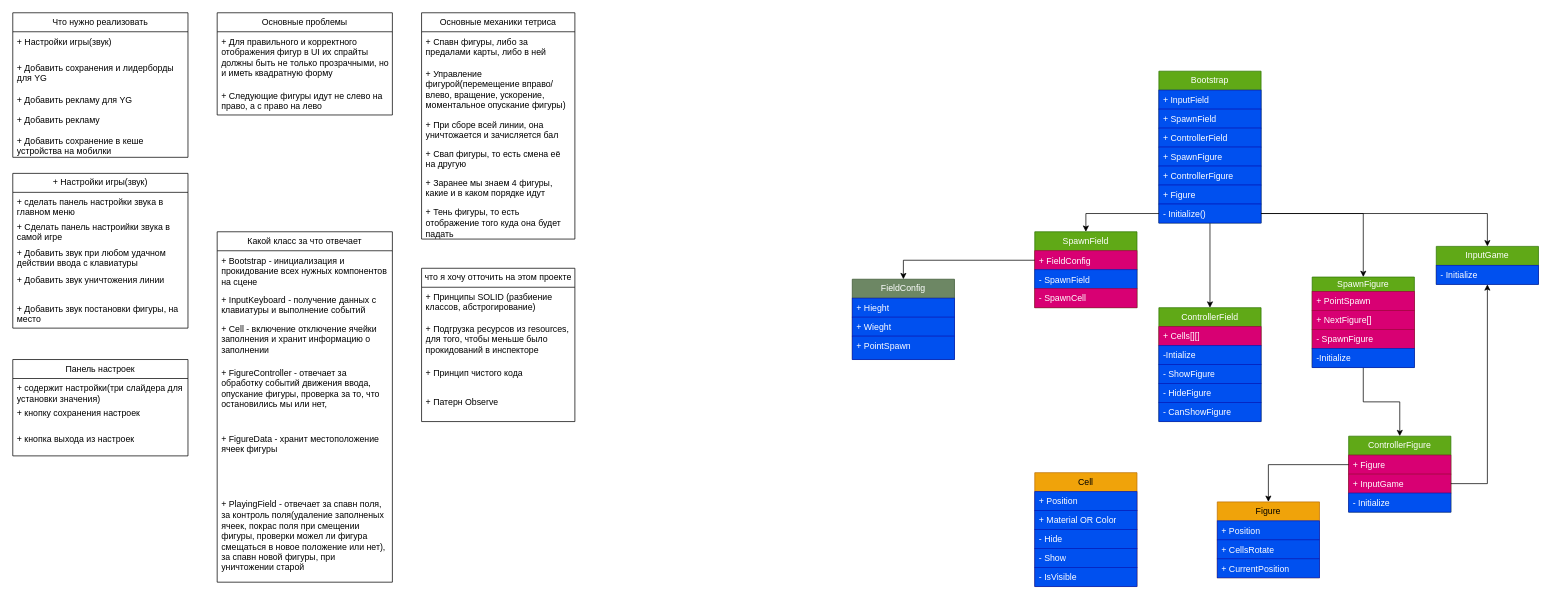
Before: TetrisGame.drawio in Bablakov/Tetris, a draw.io diagram. Source tidied: cells renumbered, new cells numbered last; positions are measured from the earlier drawing's top-left corner, leaving out a move shared by most shapes. Both pictures are drawn from the tidied source at 73%, with x=0, y=0 at pixel (12, 12).
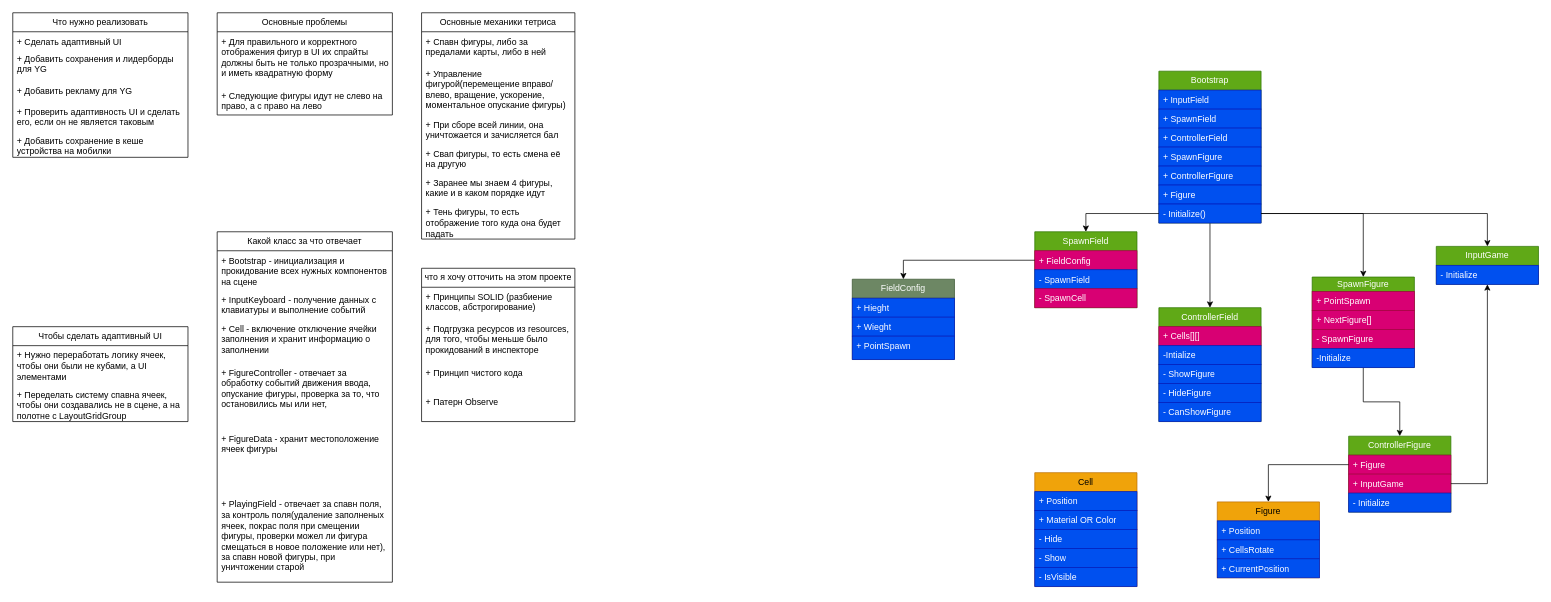
The same page after the edit.

Unchanged cells that the change refers to:
```xml
<mxCell id="2" value="Что нужно реализовать" style="swimlane;fontStyle=0;horizontal=1;startSize=26;fillColor=none;whiteSpace=wrap;html=1;" parent="1" vertex="1">
  <mxGeometry width="240" height="198" as="geometry" />
</mxCell>
```

The edit, as a diff of the source:
```diff
@@
-    <mxCell id="3" value="+ Настройки игры(звук)" style="text;strokeColor=none;fillColor=none;align=left;verticalAlign=top;spacingLeft=4;spacingRight=4;overflow=hidden;whiteSpace=wrap;html=1;" parent="2" vertex="1">
-      <mxGeometry y="26" width="240" height="36" as="geometry" />
-    </mxCell>
-    <mxCell id="4" value="+ Добавить сохранения и лидерборды для YG" style="text;strokeColor=none;fillColor=none;align=left;verticalAlign=top;spacingLeft=4;spacingRight=4;overflow=hidden;whiteSpace=wrap;html=1;" parent="2" vertex="1">
-      <mxGeometry y="62" width="240" height="44" as="geometry" />
+    <mxCell id="4" value="+ Сделать адаптивный UI" style="text;strokeColor=none;fillColor=none;align=left;verticalAlign=top;spacingLeft=4;spacingRight=4;overflow=hidden;whiteSpace=wrap;html=1;" parent="2" vertex="1">
+      <mxGeometry y="26" width="240" height="24" as="geometry" />
     </mxCell>
+    <mxCell id="91" value="+ Добавить сохранения и лидерборды для YG" style="text;strokeColor=none;fillColor=none;align=left;verticalAlign=top;spacingLeft=4;spacingRight=4;overflow=hidden;whiteSpace=wrap;html=1;" parent="2" vertex="1">
+      <mxGeometry y="50" width="240" height="44" as="geometry" />
+    </mxCell>
     <mxCell id="5" value="+ Добавить рекламу для YG" style="text;strokeColor=none;fillColor=none;align=left;verticalAlign=top;spacingLeft=4;spacingRight=4;overflow=hidden;whiteSpace=wrap;html=1;" parent="2" vertex="1">
-      <mxGeometry y="106" width="240" height="28" as="geometry" />
+      <mxGeometry y="94" width="240" height="28" as="geometry" />
     </mxCell>
-    <mxCell id="6" value="+ Добавить рекламу" style="text;strokeColor=none;fillColor=none;align=left;verticalAlign=top;spacingLeft=4;spacingRight=4;overflow=hidden;whiteSpace=wrap;html=1;" parent="2" vertex="1">
-      <mxGeometry y="134" width="240" height="28" as="geometry" />
+    <mxCell id="6" value="+ Проверить адаптивность UI и сделать его, если он не является таковым" style="text;strokeColor=none;fillColor=none;align=left;verticalAlign=top;spacingLeft=4;spacingRight=4;overflow=hidden;whiteSpace=wrap;html=1;" parent="2" vertex="1">
+      <mxGeometry y="122" width="240" height="40" as="geometry" />
     </mxCell>
@@
-    <mxCell id="81" value="&lt;span style=&quot;text-align: left;&quot;&gt;+ Настройки игры(звук)&lt;/span&gt;" style="swimlane;fontStyle=0;horizontal=1;startSize=26;fillColor=none;whiteSpace=wrap;html=1;" parent="1" vertex="1">
-      <mxGeometry y="220" width="240" height="212" as="geometry" />
+    <mxCell id="81" value="&lt;div style=&quot;text-align: left;&quot;&gt;&lt;span style=&quot;background-color: initial;&quot;&gt;Чтобы сделать адаптивный UI&lt;/span&gt;&lt;/div&gt;" style="swimlane;fontStyle=0;horizontal=1;startSize=26;fillColor=none;whiteSpace=wrap;html=1;" parent="1" vertex="1">
+      <mxGeometry y="430" width="240" height="130" as="geometry" />
     </mxCell>
-    <mxCell id="82" value="+ сделать панель настройки звука в главном меню" style="text;strokeColor=none;fillColor=none;align=left;verticalAlign=top;spacingLeft=4;spacingRight=4;overflow=hidden;whiteSpace=wrap;html=1;" parent="81" vertex="1">
-      <mxGeometry y="26" width="240" height="34" as="geometry" />
+    <mxCell id="82" value="+ Нужно переработать логику ячеек, чтобы они были не кубами, а UI элементами" style="text;strokeColor=none;fillColor=none;align=left;verticalAlign=top;spacingLeft=4;spacingRight=4;overflow=hidden;whiteSpace=wrap;html=1;" parent="81" vertex="1">
+      <mxGeometry y="26" width="240" height="54" as="geometry" />
     </mxCell>
-    <mxCell id="83" value="&lt;div&gt;+ Сделать панель настроийки звука в самой игре&lt;/div&gt;" style="text;strokeColor=none;fillColor=none;align=left;verticalAlign=top;spacingLeft=4;spacingRight=4;overflow=hidden;whiteSpace=wrap;html=1;" parent="81" vertex="1">
-      <mxGeometry y="60" width="240" height="36" as="geometry" />
+    <mxCell id="83" value="&lt;div&gt;+ Переделать систему спавна ячеек, чтобы они создавались не в сцене, а на полотне с LayoutGridGroup&lt;/div&gt;" style="text;strokeColor=none;fillColor=none;align=left;verticalAlign=top;spacingLeft=4;spacingRight=4;overflow=hidden;whiteSpace=wrap;html=1;" parent="81" vertex="1">
+      <mxGeometry y="80" width="240" height="50" as="geometry" />
     </mxCell>
-    <mxCell id="84" value="+ Добавить звук при любом удачном действии ввода с клавиатуры&lt;div&gt;&lt;br&gt;&lt;/div&gt;" style="text;strokeColor=none;fillColor=none;align=left;verticalAlign=top;spacingLeft=4;spacingRight=4;overflow=hidden;whiteSpace=wrap;html=1;" parent="81" vertex="1">
-      <mxGeometry y="96" width="240" height="36" as="geometry" />
-    </mxCell>
-    <mxCell id="85" value="&lt;div&gt;+ Добавить звук уничтожения линии&lt;/div&gt;" style="text;strokeColor=none;fillColor=none;align=left;verticalAlign=top;spacingLeft=4;spacingRight=4;overflow=hidden;whiteSpace=wrap;html=1;" parent="81" vertex="1">
-      <mxGeometry y="132" width="240" height="40" as="geometry" />
-    </mxCell>
-    <mxCell id="86" value="&lt;div&gt;+ Добавить звук постановки фигуры, на место&amp;nbsp;&lt;/div&gt;" style="text;strokeColor=none;fillColor=none;align=left;verticalAlign=top;spacingLeft=4;spacingRight=4;overflow=hidden;whiteSpace=wrap;html=1;" parent="81" vertex="1">
-      <mxGeometry y="172" width="240" height="40" as="geometry" />
-    </mxCell>
-    <mxCell id="87" value="&lt;div style=&quot;text-align: left;&quot;&gt;&lt;span style=&quot;background-color: initial;&quot;&gt;Панель настроек&lt;/span&gt;&lt;/div&gt;" style="swimlane;fontStyle=0;horizontal=1;startSize=26;fillColor=none;whiteSpace=wrap;html=1;" parent="1" vertex="1">
-      <mxGeometry y="475" width="240" height="132" as="geometry" />
-    </mxCell>
-    <mxCell id="88" value="+ содержит настройки(три слайдера для установки значения)&lt;div&gt;&lt;br&gt;&lt;/div&gt;" style="text;strokeColor=none;fillColor=none;align=left;verticalAlign=top;spacingLeft=4;spacingRight=4;overflow=hidden;whiteSpace=wrap;html=1;" parent="87" vertex="1">
-      <mxGeometry y="26" width="240" height="34" as="geometry" />
-    </mxCell>
-    <mxCell id="89" value="&lt;div&gt;+ кнопку сохранения настроек&lt;/div&gt;" style="text;strokeColor=none;fillColor=none;align=left;verticalAlign=top;spacingLeft=4;spacingRight=4;overflow=hidden;whiteSpace=wrap;html=1;" parent="87" vertex="1">
-      <mxGeometry y="60" width="240" height="36" as="geometry" />
-    </mxCell>
-    <mxCell id="90" value="&lt;div&gt;+ кнопка выхода из настроек&lt;/div&gt;&lt;div&gt;&lt;br&gt;&lt;/div&gt;" style="text;strokeColor=none;fillColor=none;align=left;verticalAlign=top;spacingLeft=4;spacingRight=4;overflow=hidden;whiteSpace=wrap;html=1;" parent="87" vertex="1">
-      <mxGeometry y="96" width="240" height="36" as="geometry" />
-    </mxCell>
```
